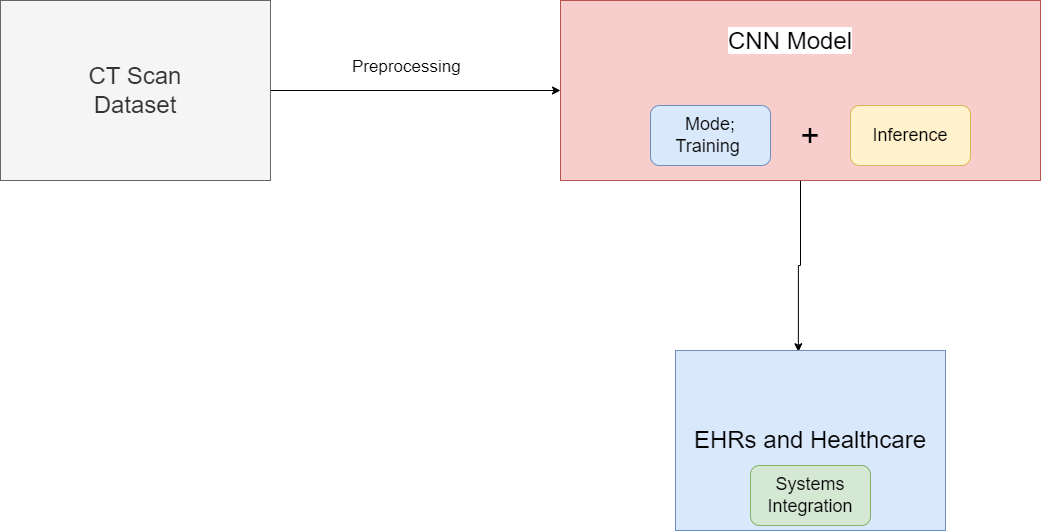
belanasaikiran/FlowCharts keeps this draw.io diagram as Achitectural Diagram.drawio.png. Above is the earlier version. Source tidied: cells renumbered, new cells last; positions are measured from the earlier drawing's top-left corner, leaving out a move shared by most shapes.
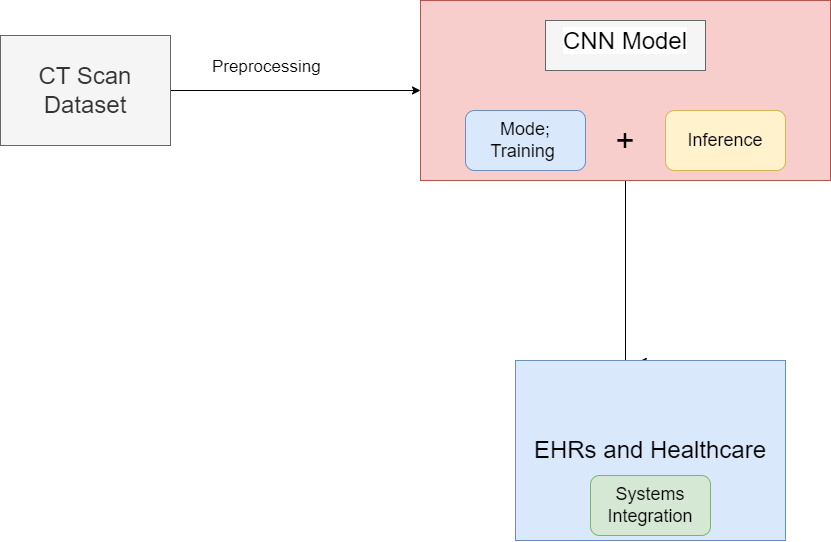
After the commit.

Change to the diagram source:
```diff
@@ -6,31 +6,35 @@
       <mxGeometry relative="1" as="geometry" />
     </mxCell>
     <mxCell id="3" value="CT Scan &lt;br style=&quot;font-size: 24px;&quot;&gt;Dataset" style="rounded=0;whiteSpace=wrap;html=1;fontSize=24;fillColor=#f5f5f5;strokeColor=#666666;fontColor=#333333;" parent="1" vertex="1">
-      <mxGeometry width="270" height="180" as="geometry" />
+      <mxGeometry x="140" y="35" width="170" height="110" as="geometry" />
     </mxCell>
     <mxCell id="4" style="edgeStyle=orthogonalEdgeStyle;rounded=0;jettySize=auto;html=1;exitX=0.5;exitY=1;exitDx=0;exitDy=0;entryX=0.455;entryY=0.007;entryDx=0;entryDy=0;entryPerimeter=0;" parent="1" edge="1" source="5" target="12">
-      <mxGeometry relative="1" as="geometry" />
+      <mxGeometry relative="1" as="geometry">
+        <Array as="points">
+          <mxPoint x="800" y="491" />
+        </Array>
+      </mxGeometry>
     </mxCell>
     <mxCell id="5" style="rounded=0;whiteSpace=wrap;html=1;fontSize=24;fillColor=#f8cecc;strokeColor=#b85450;" parent="1" vertex="1">
-      <mxGeometry x="560" width="480" height="180" as="geometry" />
+      <mxGeometry x="560" width="410" height="180" as="geometry" />
     </mxCell>
     <mxCell id="6" value="&lt;span style=&quot;color: rgb(0, 0, 0); font-family: Helvetica; font-size: 17px; font-style: normal; font-variant-ligatures: normal; font-variant-caps: normal; font-weight: 400; letter-spacing: normal; orphans: 2; text-align: center; text-indent: 0px; text-transform: none; widows: 2; word-spacing: 0px; -webkit-text-stroke-width: 0px; background-color: rgb(255, 255, 255); text-decoration-thickness: initial; text-decoration-style: initial; text-decoration-color: initial; float: none; display: inline !important;&quot;&gt;Preprocessing&lt;/span&gt;" style="text;whiteSpace=wrap;html=1;" parent="1" vertex="1">
       <mxGeometry x="350" y="50" width="140" height="40" as="geometry" />
     </mxCell>
     <mxCell id="7" value="Mode; Training&amp;nbsp;" style="rounded=1;whiteSpace=wrap;html=1;fontSize=18;fillColor=#dae8fc;strokeColor=#6c8ebf;" parent="1" vertex="1">
-      <mxGeometry x="650" y="105" width="120" height="60" as="geometry" />
+      <mxGeometry x="605" y="110" width="120" height="60" as="geometry" />
     </mxCell>
     <mxCell id="8" value="+" style="text;html=1;strokeColor=none;fillColor=none;align=center;verticalAlign=middle;whiteSpace=wrap;rounded=0;fontSize=33;" parent="1" vertex="1">
-      <mxGeometry x="780" y="120" width="60" height="30" as="geometry" />
+      <mxGeometry x="735" y="125" width="60" height="30" as="geometry" />
     </mxCell>
     <mxCell id="9" value="Inference" style="rounded=1;whiteSpace=wrap;html=1;fontSize=18;fillColor=#fff2cc;strokeColor=#d6b656;" parent="1" vertex="1">
-      <mxGeometry x="850" y="105" width="120" height="60" as="geometry" />
+      <mxGeometry x="805" y="110" width="120" height="60" as="geometry" />
     </mxCell>
-    <mxCell id="10" value="&lt;span style=&quot;color: rgb(0, 0, 0); font-family: Helvetica; font-size: 24px; font-style: normal; font-variant-ligatures: normal; font-variant-caps: normal; font-weight: 400; letter-spacing: normal; orphans: 2; text-indent: 0px; text-transform: none; widows: 2; word-spacing: 0px; -webkit-text-stroke-width: 0px; background-color: rgb(255, 255, 255); text-decoration-thickness: initial; text-decoration-style: initial; text-decoration-color: initial; float: none; display: inline !important;&quot;&gt;CNN Model&lt;/span&gt;" style="text;whiteSpace=wrap;html=1;align=center;" parent="1" vertex="1">
-      <mxGeometry x="710" y="20" width="160" height="50" as="geometry" />
+    <mxCell id="10" value="&lt;span style=&quot;color: rgb(0, 0, 0); font-family: Helvetica; font-size: 24px; font-style: normal; font-variant-ligatures: normal; font-variant-caps: normal; font-weight: 400; letter-spacing: normal; orphans: 2; text-indent: 0px; text-transform: none; widows: 2; word-spacing: 0px; -webkit-text-stroke-width: 0px; background-color: rgb(255, 255, 255); text-decoration-thickness: initial; text-decoration-style: initial; text-decoration-color: initial; float: none; display: inline !important;&quot;&gt;CNN Model&lt;/span&gt;" style="text;whiteSpace=wrap;html=1;align=center;fillColor=#f5f5f5;strokeColor=#666666;fontColor=#333333;" parent="1" vertex="1">
+      <mxGeometry x="685" y="20" width="160" height="50" as="geometry" />
     </mxCell>
     <mxCell id="11" style="group;" parent="1" vertex="1">
-      <mxGeometry x="675" y="350" width="270" height="180" as="geometry" />
+      <mxGeometry x="655" y="360" width="270" height="180" as="geometry" />
     </mxCell>
     <mxCell id="12" value="EHRs and Healthcare" style="rounded=0;whiteSpace=wrap;html=1;fontSize=24;fillColor=#dae8fc;strokeColor=#6c8ebf;" parent="11" vertex="1">
       <mxGeometry width="270" height="180" as="geometry" />
```
